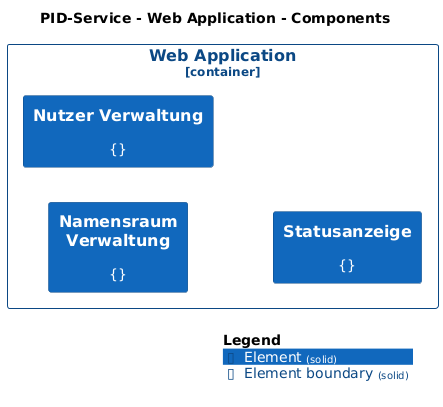
bingert/PID-System-C4-Model keeps this PlantUML diagram as master/png/Component-001.png. Above is the earlier version. Its diagram source:
```plantuml
@startuml
set separator none
title PID-Service - Web Application - Components

left to right direction

!include <C4/C4>
!include <C4/C4_Context>
!include <C4/C4_Component>

AddElementTag("Element", $bgColor="#1168bd", $borderColor="#0b4884", $fontColor="#ffffff", $sprite="", $shadowing="", $borderStyle="solid")

AddBoundaryTag("Element", $bgColor="#ffffff", $borderColor="#0b4884", $fontColor="#0b4884", $shadowing="", $borderStyle="solid")

Container_Boundary("PIDService.WebApplication_boundary", "Web Application", $tags="Element") {
  Component(PIDService.WebApplication.NamensraumVerwaltung, "Namensraum Verwaltung", $techn="", $descr="{}", $tags="Element", $link="")
  Component(PIDService.WebApplication.NutzerVerwaltung, "Nutzer Verwaltung", $techn="", $descr="{}", $tags="Element", $link="")
  Component(PIDService.WebApplication.Statusanzeige, "Statusanzeige", $techn="", $descr="{}", $tags="Element", $link="")
}


SHOW_LEGEND(true)
@enduml
```
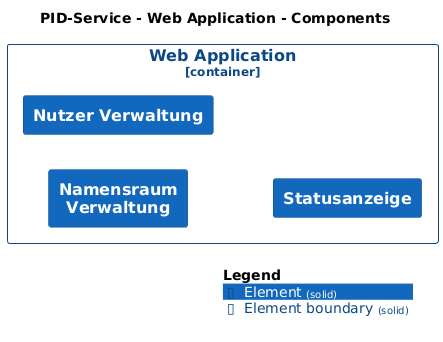
The same file after the commit.

What changed in the source:
```diff
@@ -13,9 +13,9 @@
 AddBoundaryTag("Element", $bgColor="#ffffff", $borderColor="#0b4884", $fontColor="#0b4884", $shadowing="", $borderStyle="solid")
 
 Container_Boundary("PIDService.WebApplication_boundary", "Web Application", $tags="Element") {
-  Component(PIDService.WebApplication.NamensraumVerwaltung, "Namensraum Verwaltung", $techn="", $descr="{}", $tags="Element", $link="")
-  Component(PIDService.WebApplication.NutzerVerwaltung, "Nutzer Verwaltung", $techn="", $descr="{}", $tags="Element", $link="")
-  Component(PIDService.WebApplication.Statusanzeige, "Statusanzeige", $techn="", $descr="{}", $tags="Element", $link="")
+  Component(PIDService.WebApplication.NamensraumVerwaltung, "Namensraum Verwaltung", $techn="", $descr="", $tags="Element", $link="")
+  Component(PIDService.WebApplication.NutzerVerwaltung, "Nutzer Verwaltung", $techn="", $descr="", $tags="Element", $link="")
+  Component(PIDService.WebApplication.Statusanzeige, "Statusanzeige", $techn="", $descr="", $tags="Element", $link="")
 }
 
 
```
